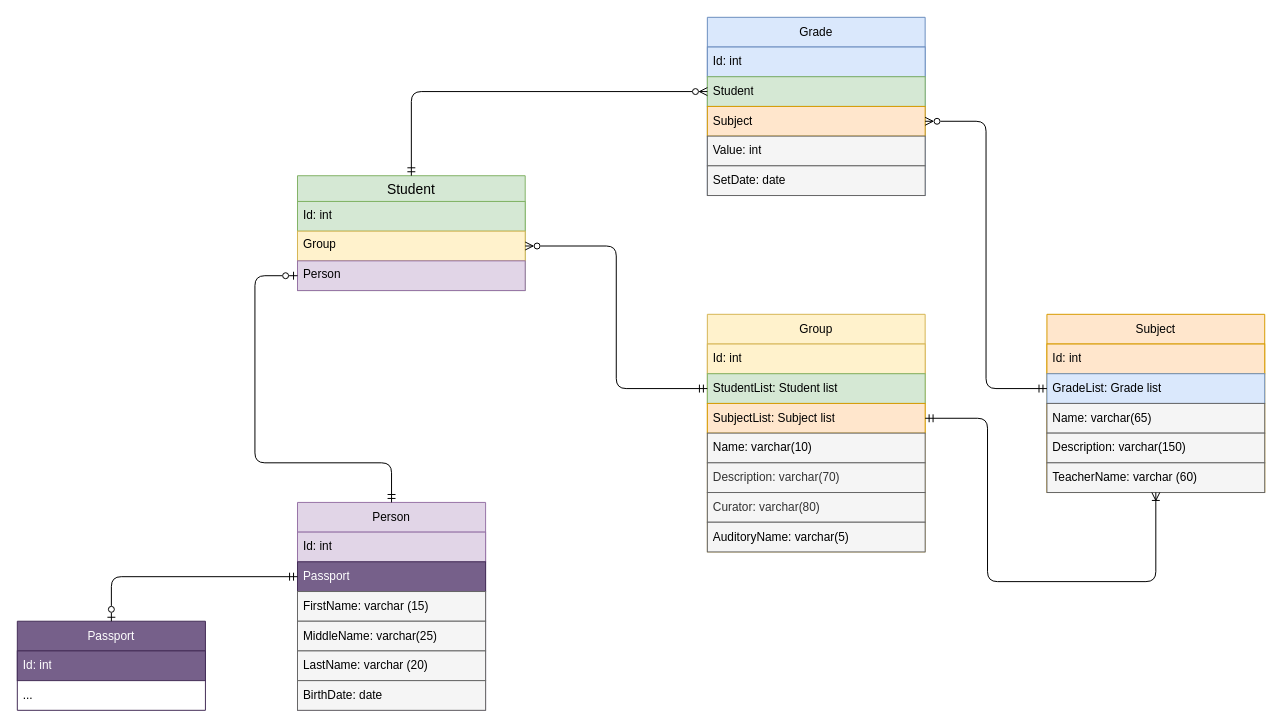
fokstal/Studium keeps this draw.io diagram as docs/Diagrams/ER-Studium (1 step).drawio. Above is the earlier version. Source tidied: cells renumbered, new cells numbered last; positions are measured from the earlier drawing's top-left corner, leaving out a move shared by most shapes. Both pictures are drawn from the tidied source at 99%, with x=0, y=0 at pixel (17, 17).
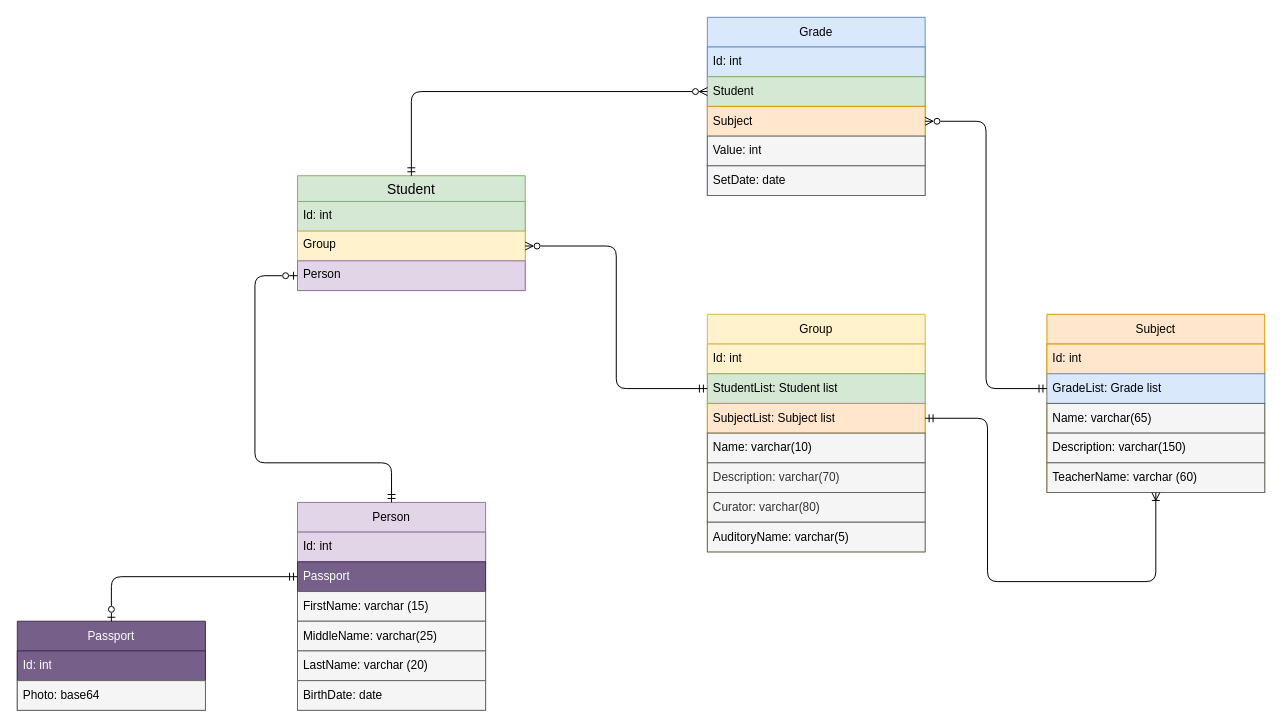
The same diagram, later.

Unchanged cells that the change refers to:
```xml
<mxCell id="13" value="Passport" style="swimlane;fontStyle=0;horizontal=1;startSize=30;whiteSpace=wrap;html=1;fillColor=#76608a;strokeColor=#432D57;fontColor=#ffffff;" parent="1" vertex="1">
  <mxGeometry y="610" width="190" height="90" as="geometry" />
</mxCell>
```

The edit, as a diff of the source:
```diff
@@
-    <mxCell id="15" value="..." style="text;strokeColor=none;fillColor=none;align=left;verticalAlign=middle;spacingLeft=4;spacingRight=4;overflow=hidden;whiteSpace=wrap;html=1;" parent="13" vertex="1">
+    <mxCell id="15" value="Photo: base64" style="text;strokeColor=#666666;fillColor=#f5f5f5;align=left;verticalAlign=middle;spacingLeft=4;spacingRight=4;overflow=hidden;whiteSpace=wrap;html=1;fontColor=#000000;" parent="13" vertex="1">
       <mxGeometry y="60" width="190" height="30" as="geometry" />
     </mxCell>
```
